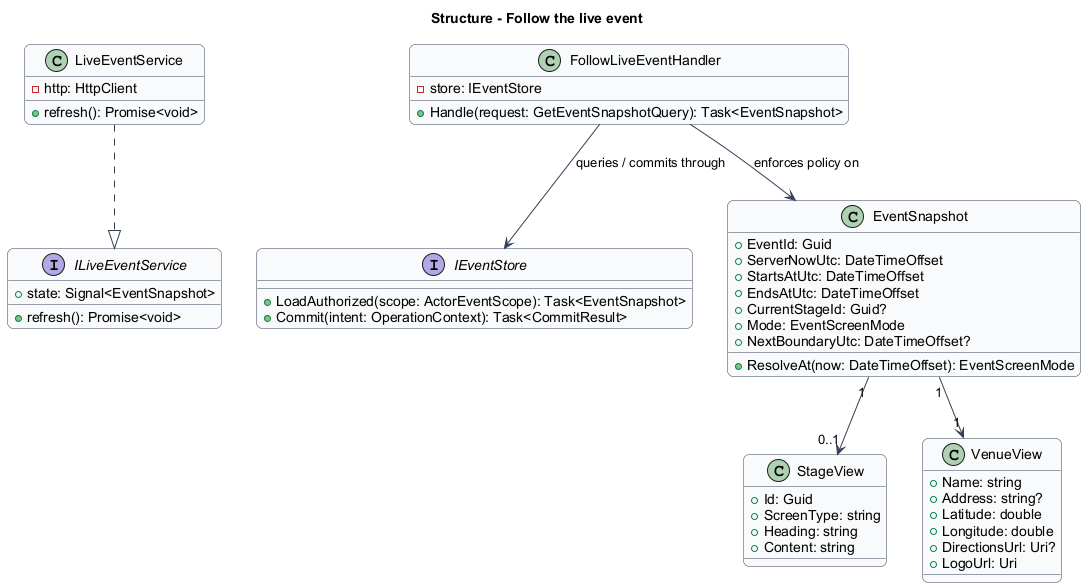
Above: docs/detailed-designs/event-flow/follow-live-event/diagrams/classes.png in QuinntyneBrown/faithtech-toronto-ai-build-event (PlantUML), before the change.
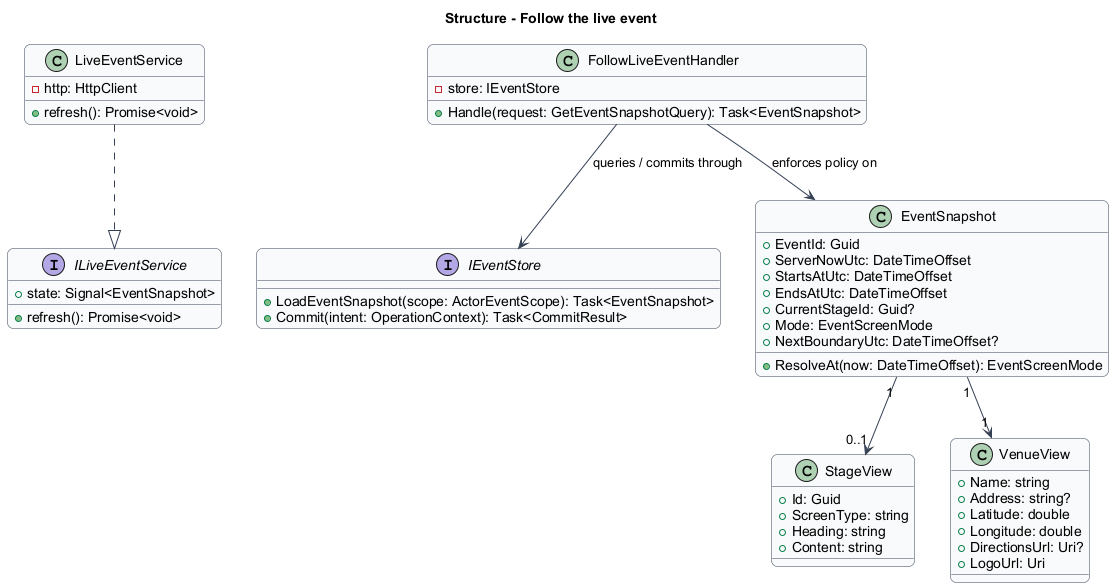
The same diagram one commit later.

Change to the diagram source:
```diff
@@ -22,7 +22,7 @@
   +Handle(request: GetEventSnapshotQuery): Task<EventSnapshot>
 }
 interface IEventStore {
-  +LoadAuthorized(scope: ActorEventScope): Task<EventSnapshot>
+  +LoadEventSnapshot(scope: ActorEventScope): Task<EventSnapshot>
   +Commit(intent: OperationContext): Task<CommitResult>
 }
 class EventSnapshot {
```
